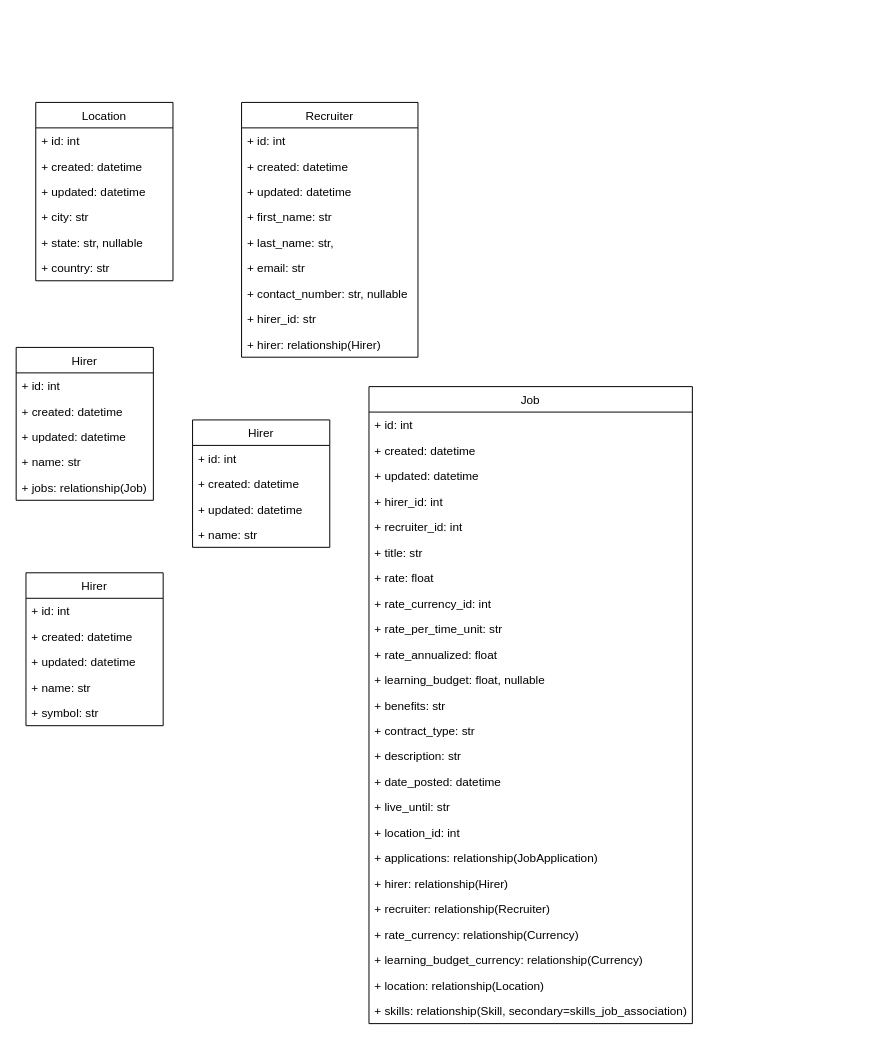
Earlier version of the draw.io diagram Untitled Diagram.drawio (abunuwas/conferences-images). Source tidied: cells renumbered, new cells numbered last; positions are measured from the earlier drawing's top-left corner, leaving out a move shared by most shapes. Both pictures are drawn from the tidied source at 98%, with x=0, y=0 at pixel (16, 102).
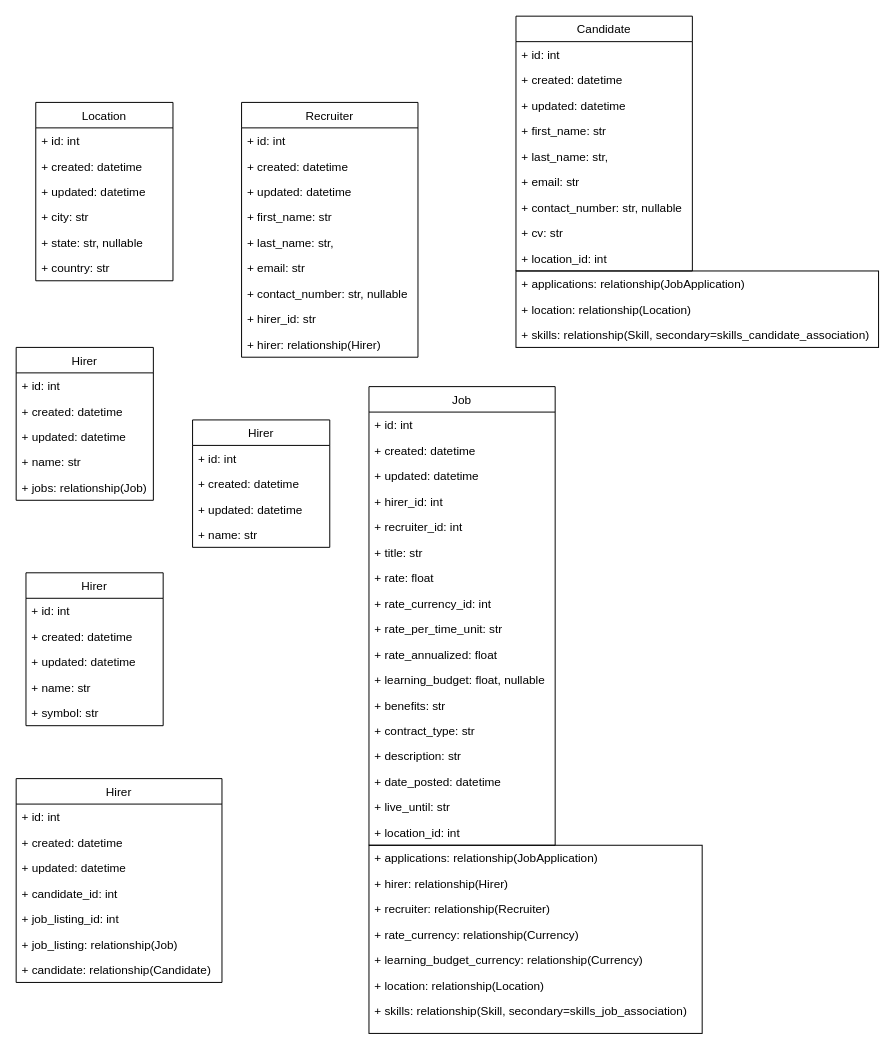
The same diagram, later.

Change to the diagram source:
```diff
@@
+    <mxCell id="61" style="rounded=0;whiteSpace=wrap;html=1;" parent="1" vertex="1">
+      <mxGeometry x="510" y="172" width="370" height="78" as="geometry" />
+    </mxCell>
+    <mxCell id="62" style="rounded=0;whiteSpace=wrap;html=1;" parent="1" vertex="1">
+      <mxGeometry x="360" y="758" width="340" height="192" as="geometry" />
+    </mxCell>
@@
     <mxCell id="19" value="Job" style="swimlane;fontStyle=0;horizontal=1;startSize=26;fillColor=none;" parent="1" vertex="1">
-      <mxGeometry x="360" y="290" width="330" height="650" as="geometry" />
+      <mxGeometry x="360" y="290" width="190" height="468" as="geometry" />
     </mxCell>
     <mxCell id="20" value="+ id: int" style="text;strokeColor=none;fillColor=none;align=left;verticalAlign=top;spacingLeft=4;spacingRight=4;overflow=hidden;" parent="19" vertex="1">
-      <mxGeometry y="26" width="330" height="26" as="geometry" />
+      <mxGeometry y="26" width="190" height="26" as="geometry" />
     </mxCell>
     <mxCell id="21" value="+ created: datetime" style="text;strokeColor=none;fillColor=none;align=left;verticalAlign=top;spacingLeft=4;spacingRight=4;overflow=hidden;" parent="19" vertex="1">
-      <mxGeometry y="52" width="330" height="26" as="geometry" />
+      <mxGeometry y="52" width="190" height="26" as="geometry" />
     </mxCell>
     <mxCell id="22" value="+ updated: datetime" style="text;strokeColor=none;fillColor=none;align=left;verticalAlign=top;spacingLeft=4;spacingRight=4;overflow=hidden;" parent="19" vertex="1">
-      <mxGeometry y="78" width="330" height="26" as="geometry" />
+      <mxGeometry y="78" width="190" height="26" as="geometry" />
     </mxCell>
     <mxCell id="23" value="+ hirer_id: int" style="text;strokeColor=none;fillColor=none;align=left;verticalAlign=top;spacingLeft=4;spacingRight=4;overflow=hidden;" parent="19" vertex="1">
-      <mxGeometry y="104" width="330" height="26" as="geometry" />
+      <mxGeometry y="104" width="190" height="26" as="geometry" />
     </mxCell>
     <mxCell id="24" value="+ recruiter_id: int" style="text;strokeColor=none;fillColor=none;align=left;verticalAlign=top;spacingLeft=4;spacingRight=4;overflow=hidden;" parent="19" vertex="1">
-      <mxGeometry y="130" width="330" height="26" as="geometry" />
+      <mxGeometry y="130" width="190" height="26" as="geometry" />
     </mxCell>
     <mxCell id="25" value="+ title: str" style="text;strokeColor=none;fillColor=none;align=left;verticalAlign=top;spacingLeft=4;spacingRight=4;overflow=hidden;" parent="19" vertex="1">
-      <mxGeometry y="156" width="330" height="26" as="geometry" />
+      <mxGeometry y="156" width="190" height="26" as="geometry" />
     </mxCell>
     <mxCell id="26" value="+ rate: float" style="text;strokeColor=none;fillColor=none;align=left;verticalAlign=top;spacingLeft=4;spacingRight=4;overflow=hidden;" parent="19" vertex="1">
-      <mxGeometry y="182" width="330" height="26" as="geometry" />
+      <mxGeometry y="182" width="190" height="26" as="geometry" />
     </mxCell>
     <mxCell id="27" value="+ rate_currency_id: int" style="text;strokeColor=none;fillColor=none;align=left;verticalAlign=top;spacingLeft=4;spacingRight=4;overflow=hidden;" parent="19" vertex="1">
-      <mxGeometry y="208" width="330" height="26" as="geometry" />
+      <mxGeometry y="208" width="190" height="26" as="geometry" />
     </mxCell>
     <mxCell id="28" value="+ rate_per_time_unit: str" style="text;strokeColor=none;fillColor=none;align=left;verticalAlign=top;spacingLeft=4;spacingRight=4;overflow=hidden;" parent="19" vertex="1">
-      <mxGeometry y="234" width="330" height="26" as="geometry" />
+      <mxGeometry y="234" width="190" height="26" as="geometry" />
     </mxCell>
     <mxCell id="29" value="+ rate_annualized: float" style="text;strokeColor=none;fillColor=none;align=left;verticalAlign=top;spacingLeft=4;spacingRight=4;overflow=hidden;" parent="19" vertex="1">
-      <mxGeometry y="260" width="330" height="26" as="geometry" />
+      <mxGeometry y="260" width="190" height="26" as="geometry" />
     </mxCell>
     <mxCell id="30" value="+ learning_budget: float, nullable" style="text;strokeColor=none;fillColor=none;align=left;verticalAlign=top;spacingLeft=4;spacingRight=4;overflow=hidden;" parent="19" vertex="1">
-      <mxGeometry y="286" width="330" height="26" as="geometry" />
+      <mxGeometry y="286" width="190" height="26" as="geometry" />
     </mxCell>
     <mxCell id="31" value="+ benefits: str" style="text;strokeColor=none;fillColor=none;align=left;verticalAlign=top;spacingLeft=4;spacingRight=4;overflow=hidden;" parent="19" vertex="1">
-      <mxGeometry y="312" width="330" height="26" as="geometry" />
+      <mxGeometry y="312" width="190" height="26" as="geometry" />
     </mxCell>
     <mxCell id="32" value="+ contract_type: str" style="text;strokeColor=none;fillColor=none;align=left;verticalAlign=top;spacingLeft=4;spacingRight=4;overflow=hidden;" parent="19" vertex="1">
-      <mxGeometry y="338" width="330" height="26" as="geometry" />
+      <mxGeometry y="338" width="190" height="26" as="geometry" />
     </mxCell>
     <mxCell id="33" value="+ description: str" style="text;strokeColor=none;fillColor=none;align=left;verticalAlign=top;spacingLeft=4;spacingRight=4;overflow=hidden;" parent="19" vertex="1">
-      <mxGeometry y="364" width="330" height="26" as="geometry" />
+      <mxGeometry y="364" width="190" height="26" as="geometry" />
     </mxCell>
     <mxCell id="34" value="+ date_posted: datetime" style="text;strokeColor=none;fillColor=none;align=left;verticalAlign=top;spacingLeft=4;spacingRight=4;overflow=hidden;" parent="19" vertex="1">
-      <mxGeometry y="390" width="330" height="26" as="geometry" />
+      <mxGeometry y="390" width="190" height="26" as="geometry" />
     </mxCell>
     <mxCell id="35" value="+ live_until: str" style="text;strokeColor=none;fillColor=none;align=left;verticalAlign=top;spacingLeft=4;spacingRight=4;overflow=hidden;" parent="19" vertex="1">
-      <mxGeometry y="416" width="330" height="26" as="geometry" />
+      <mxGeometry y="416" width="190" height="26" as="geometry" />
     </mxCell>
     <mxCell id="36" value="+ location_id: int" style="text;strokeColor=none;fillColor=none;align=left;verticalAlign=top;spacingLeft=4;spacingRight=4;overflow=hidden;" parent="19" vertex="1">
-      <mxGeometry y="442" width="330" height="26" as="geometry" />
+      <mxGeometry y="442" width="190" height="26" as="geometry" />
     </mxCell>
-    <mxCell id="37" value="+ applications: relationship(JobApplication)" style="text;strokeColor=none;fillColor=none;align=left;verticalAlign=top;spacingLeft=4;spacingRight=4;overflow=hidden;" parent="19" vertex="1">
-      <mxGeometry y="468" width="330" height="26" as="geometry" />
-    </mxCell>
-    <mxCell id="38" value="+ hirer: relationship(Hirer)" style="text;strokeColor=none;fillColor=none;align=left;verticalAlign=top;spacingLeft=4;spacingRight=4;overflow=hidden;" parent="19" vertex="1">
-      <mxGeometry y="494" width="330" height="26" as="geometry" />
-    </mxCell>
-    <mxCell id="39" value="+ recruiter: relationship(Recruiter)" style="text;strokeColor=none;fillColor=none;align=left;verticalAlign=top;spacingLeft=4;spacingRight=4;overflow=hidden;" parent="19" vertex="1">
-      <mxGeometry y="520" width="330" height="26" as="geometry" />
-    </mxCell>
-    <mxCell id="40" value="+ rate_currency: relationship(Currency)" style="text;strokeColor=none;fillColor=none;align=left;verticalAlign=top;spacingLeft=4;spacingRight=4;overflow=hidden;" parent="19" vertex="1">
-      <mxGeometry y="546" width="330" height="26" as="geometry" />
-    </mxCell>
-    <mxCell id="41" value="+ learning_budget_currency: relationship(Currency)" style="text;strokeColor=none;fillColor=none;align=left;verticalAlign=top;spacingLeft=4;spacingRight=4;overflow=hidden;" parent="19" vertex="1">
-      <mxGeometry y="572" width="330" height="26" as="geometry" />
-    </mxCell>
-    <mxCell id="42" value="+ location: relationship(Location)" style="text;strokeColor=none;fillColor=none;align=left;verticalAlign=top;spacingLeft=4;spacingRight=4;overflow=hidden;" parent="19" vertex="1">
-      <mxGeometry y="598" width="330" height="26" as="geometry" />
-    </mxCell>
-    <mxCell id="43" value="+ skills: relationship(Skill, secondary=skills_job_association)" style="text;strokeColor=none;fillColor=none;align=left;verticalAlign=top;spacingLeft=4;spacingRight=4;overflow=hidden;" parent="19" vertex="1">
-      <mxGeometry y="624" width="330" height="26" as="geometry" />
-    </mxCell>
@@
+    <mxCell id="63" value="+ applications: relationship(JobApplication)" style="text;strokeColor=none;fillColor=none;align=left;verticalAlign=top;spacingLeft=4;spacingRight=4;overflow=hidden;" parent="1" vertex="1">
+      <mxGeometry x="360" y="758" width="330" height="26" as="geometry" />
+    </mxCell>
+    <mxCell id="38" value="+ hirer: relationship(Hirer)" style="text;strokeColor=none;fillColor=none;align=left;verticalAlign=top;spacingLeft=4;spacingRight=4;overflow=hidden;" parent="1" vertex="1">
+      <mxGeometry x="360" y="784" width="330" height="26" as="geometry" />
+    </mxCell>
+    <mxCell id="39" value="+ recruiter: relationship(Recruiter)" style="text;strokeColor=none;fillColor=none;align=left;verticalAlign=top;spacingLeft=4;spacingRight=4;overflow=hidden;" parent="1" vertex="1">
+      <mxGeometry x="360" y="810" width="330" height="26" as="geometry" />
+    </mxCell>
+    <mxCell id="40" value="+ rate_currency: relationship(Currency)" style="text;strokeColor=none;fillColor=none;align=left;verticalAlign=top;spacingLeft=4;spacingRight=4;overflow=hidden;" parent="1" vertex="1">
+      <mxGeometry x="360" y="836" width="330" height="26" as="geometry" />
+    </mxCell>
+    <mxCell id="41" value="+ learning_budget_currency: relationship(Currency)" style="text;strokeColor=none;fillColor=none;align=left;verticalAlign=top;spacingLeft=4;spacingRight=4;overflow=hidden;" parent="1" vertex="1">
+      <mxGeometry x="360" y="862" width="330" height="26" as="geometry" />
+    </mxCell>
+    <mxCell id="64" value="+ location: relationship(Location)" style="text;strokeColor=none;fillColor=none;align=left;verticalAlign=top;spacingLeft=4;spacingRight=4;overflow=hidden;" parent="1" vertex="1">
+      <mxGeometry x="360" y="888" width="330" height="26" as="geometry" />
+    </mxCell>
+    <mxCell id="43" value="+ skills: relationship(Skill, secondary=skills_job_association)" style="text;strokeColor=none;fillColor=none;align=left;verticalAlign=top;spacingLeft=4;spacingRight=4;overflow=hidden;" parent="1" vertex="1">
+      <mxGeometry x="360" y="914" width="330" height="26" as="geometry" />
+    </mxCell>
+    <mxCell id="65" value="Candidate" style="swimlane;fontStyle=0;horizontal=1;startSize=26;fillColor=none;" parent="1" vertex="1">
+      <mxGeometry x="510" y="-88" width="180" height="260" as="geometry" />
+    </mxCell>
+    <mxCell id="66" value="+ id: int" style="text;strokeColor=none;fillColor=none;align=left;verticalAlign=top;spacingLeft=4;spacingRight=4;overflow=hidden;" parent="65" vertex="1">
+      <mxGeometry y="26" width="180" height="26" as="geometry" />
+    </mxCell>
+    <mxCell id="67" value="+ created: datetime" style="text;strokeColor=none;fillColor=none;align=left;verticalAlign=top;spacingLeft=4;spacingRight=4;overflow=hidden;" parent="65" vertex="1">
+      <mxGeometry y="52" width="180" height="26" as="geometry" />
+    </mxCell>
+    <mxCell id="68" value="+ updated: datetime" style="text;strokeColor=none;fillColor=none;align=left;verticalAlign=top;spacingLeft=4;spacingRight=4;overflow=hidden;" parent="65" vertex="1">
+      <mxGeometry y="78" width="180" height="26" as="geometry" />
+    </mxCell>
+    <mxCell id="69" value="+ first_name: str" style="text;strokeColor=none;fillColor=none;align=left;verticalAlign=top;spacingLeft=4;spacingRight=4;overflow=hidden;" parent="65" vertex="1">
+      <mxGeometry y="104" width="180" height="26" as="geometry" />
+    </mxCell>
+    <mxCell id="70" value="+ last_name: str," style="text;strokeColor=none;fillColor=none;align=left;verticalAlign=top;spacingLeft=4;spacingRight=4;overflow=hidden;" parent="65" vertex="1">
+      <mxGeometry y="130" width="180" height="26" as="geometry" />
+    </mxCell>
+    <mxCell id="71" value="+ email: str" style="text;strokeColor=none;fillColor=none;align=left;verticalAlign=top;spacingLeft=4;spacingRight=4;overflow=hidden;" parent="65" vertex="1">
+      <mxGeometry y="156" width="180" height="26" as="geometry" />
+    </mxCell>
+    <mxCell id="72" value="+ contact_number: str, nullable" style="text;strokeColor=none;fillColor=none;align=left;verticalAlign=top;spacingLeft=4;spacingRight=4;overflow=hidden;" parent="65" vertex="1">
+      <mxGeometry y="182" width="180" height="26" as="geometry" />
+    </mxCell>
+    <mxCell id="73" value="+ cv: str" style="text;strokeColor=none;fillColor=none;align=left;verticalAlign=top;spacingLeft=4;spacingRight=4;overflow=hidden;" parent="65" vertex="1">
+      <mxGeometry y="208" width="180" height="26" as="geometry" />
+    </mxCell>
+    <mxCell id="74" value="+ location_id: int" style="text;strokeColor=none;fillColor=none;align=left;verticalAlign=top;spacingLeft=4;spacingRight=4;overflow=hidden;" parent="65" vertex="1">
+      <mxGeometry y="234" width="180" height="26" as="geometry" />
+    </mxCell>
+    <mxCell id="75" value="+ applications: relationship(JobApplication)" style="text;strokeColor=none;fillColor=none;align=left;verticalAlign=top;spacingLeft=4;spacingRight=4;overflow=hidden;" parent="1" vertex="1">
+      <mxGeometry x="510" y="172" width="240" height="26" as="geometry" />
+    </mxCell>
+    <mxCell id="76" value="+ location: relationship(Location)" style="text;strokeColor=none;fillColor=none;align=left;verticalAlign=top;spacingLeft=4;spacingRight=4;overflow=hidden;" parent="1" vertex="1">
+      <mxGeometry x="510" y="198" width="260" height="26" as="geometry" />
+    </mxCell>
+    <mxCell id="77" value="+ skills: relationship(Skill, secondary=skills_candidate_association)" style="text;strokeColor=none;fillColor=none;align=left;verticalAlign=top;spacingLeft=4;spacingRight=4;overflow=hidden;" parent="1" vertex="1">
+      <mxGeometry x="510" y="224" width="370" height="26" as="geometry" />
+    </mxCell>
+    <mxCell id="78" value="Hirer" style="swimlane;fontStyle=0;horizontal=1;startSize=26;fillColor=none;" parent="1" vertex="1">
+      <mxGeometry y="690" width="210" height="208" as="geometry" />
+    </mxCell>
+    <mxCell id="79" value="+ id: int" style="text;strokeColor=none;fillColor=none;align=left;verticalAlign=top;spacingLeft=4;spacingRight=4;overflow=hidden;" parent="78" vertex="1">
+      <mxGeometry y="26" width="210" height="26" as="geometry" />
+    </mxCell>
+    <mxCell id="80" value="+ created: datetime" style="text;strokeColor=none;fillColor=none;align=left;verticalAlign=top;spacingLeft=4;spacingRight=4;overflow=hidden;" parent="78" vertex="1">
+      <mxGeometry y="52" width="210" height="26" as="geometry" />
+    </mxCell>
+    <mxCell id="81" value="+ updated: datetime" style="text;strokeColor=none;fillColor=none;align=left;verticalAlign=top;spacingLeft=4;spacingRight=4;overflow=hidden;" parent="78" vertex="1">
+      <mxGeometry y="78" width="210" height="26" as="geometry" />
+    </mxCell>
+    <mxCell id="82" value="+ candidate_id: int" style="text;strokeColor=none;fillColor=none;align=left;verticalAlign=top;spacingLeft=4;spacingRight=4;overflow=hidden;" parent="78" vertex="1">
+      <mxGeometry y="104" width="210" height="26" as="geometry" />
+    </mxCell>
+    <mxCell id="83" value="+ job_listing_id: int" style="text;strokeColor=none;fillColor=none;align=left;verticalAlign=top;spacingLeft=4;spacingRight=4;overflow=hidden;" parent="78" vertex="1">
+      <mxGeometry y="130" width="210" height="26" as="geometry" />
+    </mxCell>
+    <mxCell id="84" value="+ job_listing: relationship(Job)" style="text;strokeColor=none;fillColor=none;align=left;verticalAlign=top;spacingLeft=4;spacingRight=4;overflow=hidden;" parent="78" vertex="1">
+      <mxGeometry y="156" width="210" height="26" as="geometry" />
+    </mxCell>
+    <mxCell id="85" value="+ candidate: relationship(Candidate)" style="text;strokeColor=none;fillColor=none;align=left;verticalAlign=top;spacingLeft=4;spacingRight=4;overflow=hidden;" parent="78" vertex="1">
+      <mxGeometry y="182" width="210" height="26" as="geometry" />
+    </mxCell>
```
